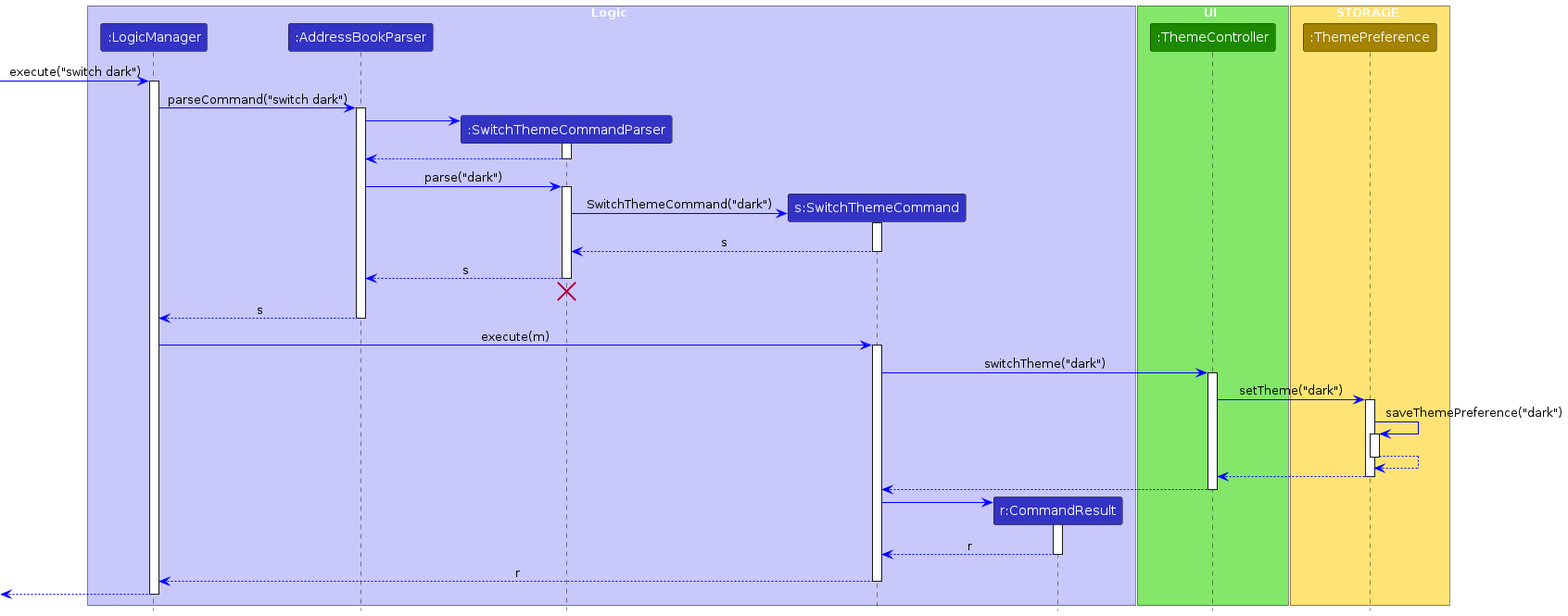
Earlier version of the PlantUML export diagrams/SwitchThemeSequenceDiagram.png (SlothyCat/tp). Its source is kept beside it as diagrams/SwitchThemeSequenceDiagram.puml.
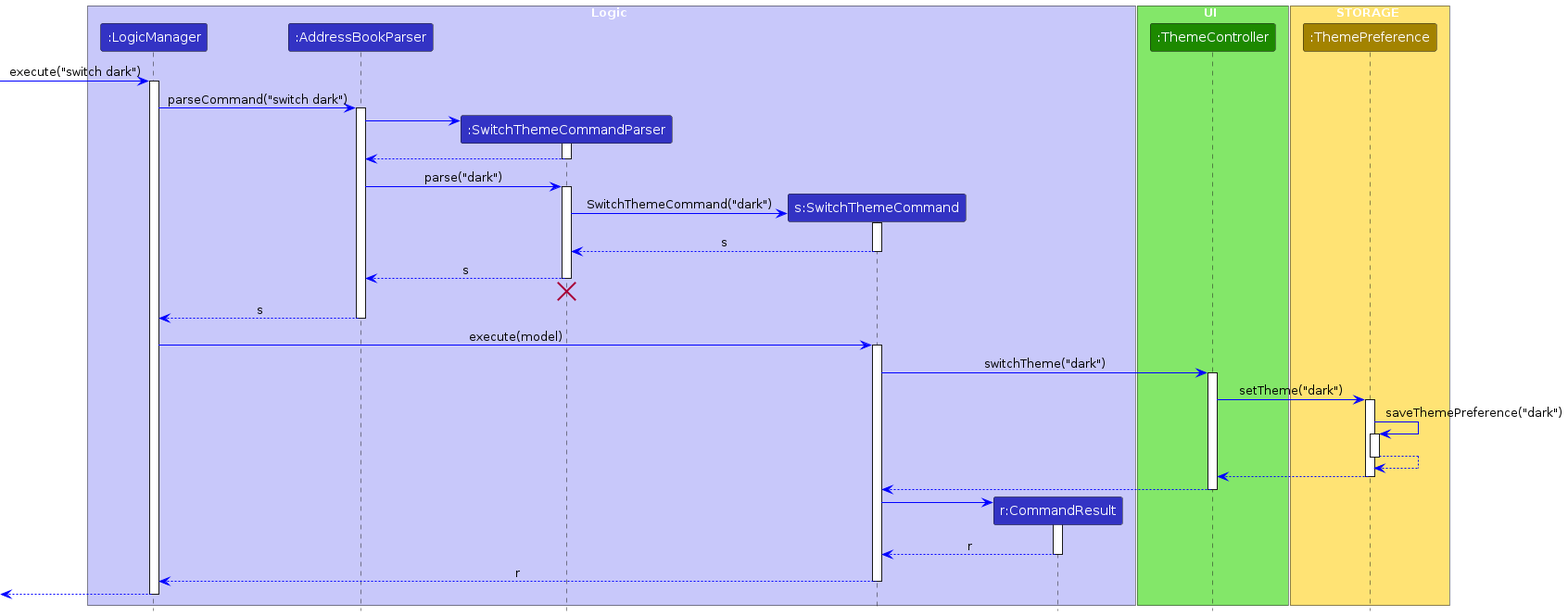
Above is the later version.

What changed in the source:
```diff
@@ -48,7 +48,7 @@
 AddressBookParser --> LogicManager : s
 deactivate AddressBookParser
 
-LogicManager -> SwitchThemeCommand : execute(m)
+LogicManager -> SwitchThemeCommand : execute(model)
 activate SwitchThemeCommand
 
 SwitchThemeCommand -> ThemeController : switchTheme("dark")
```
